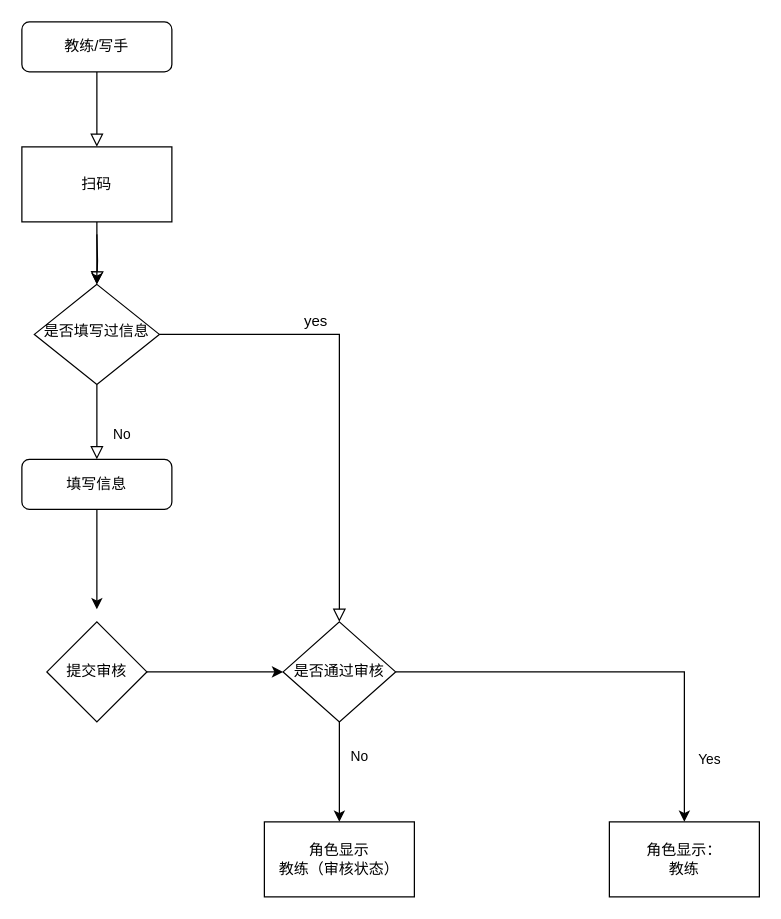
dongfang-fang/dongfang-fang keeps this draw.io diagram as Untitled Diagram.drawio. Above is the earlier version. Source tidied: cells renumbered, new cells numbered last; positions are measured from the earlier drawing's top-left corner, leaving out a move shared by most shapes. Both pictures are drawn from the tidied source at 125%, with x=0, y=0 at pixel (21, 21).
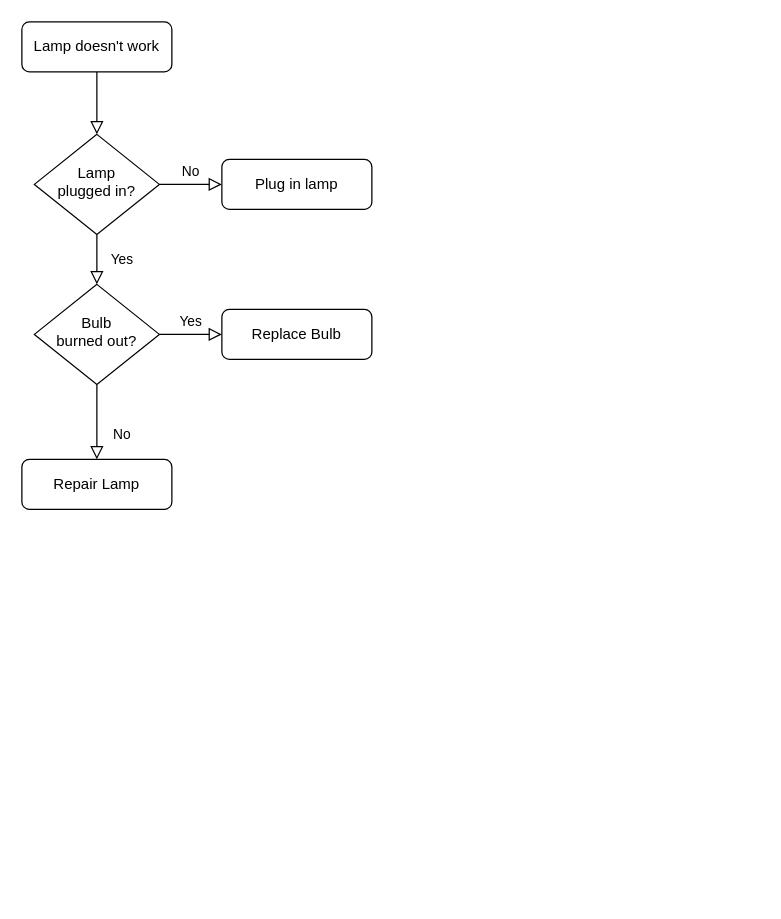
The same page after the edit.

Change to the diagram source:
```diff
@@
-    <mxCell id="2" style="rounded=0;html=1;jettySize=auto;fontSize=11;endArrow=block;endFill=0;endSize=8;strokeWidth=1;shadow=0;labelBackgroundColor=none;edgeStyle=orthogonalEdgeStyle;" parent="1" edge="1" source="3" target="17">
+    <mxCell id="2" style="rounded=0;html=1;jettySize=auto;fontSize=11;endArrow=block;endFill=0;endSize=8;strokeWidth=1;shadow=0;labelBackgroundColor=none;edgeStyle=orthogonalEdgeStyle;" parent="1" edge="1" source="3" target="22">
       <mxGeometry relative="1" as="geometry" />
     </mxCell>
-    <mxCell id="3" value="教练/写手" style="rounded=1;whiteSpace=wrap;html=1;fontSize=12;glass=0;strokeWidth=1;shadow=0;" parent="1" vertex="1">
+    <mxCell id="3" value="Lamp doesn't work" style="rounded=1;whiteSpace=wrap;html=1;fontSize=12;glass=0;strokeWidth=1;shadow=0;" parent="1" vertex="1">
       <mxGeometry width="120" height="40" as="geometry" />
     </mxCell>
-    <mxCell id="4" style="rounded=0;html=1;jettySize=auto;fontSize=11;endArrow=block;endFill=0;endSize=8;strokeWidth=1;shadow=0;labelBackgroundColor=none;edgeStyle=orthogonalEdgeStyle;" parent="1" edge="1" target="7">
-      <mxGeometry y="20" relative="1" as="geometry">
-        <mxPoint x="60" y="170" as="sourcePoint" />
-      </mxGeometry>
+    <mxCell id="4" value="Yes" style="rounded=0;html=1;jettySize=auto;fontSize=11;endArrow=block;endFill=0;endSize=8;strokeWidth=1;shadow=0;labelBackgroundColor=none;edgeStyle=orthogonalEdgeStyle;" parent="1" edge="1" source="22" target="7">
+      <mxGeometry y="20" relative="1" as="geometry" />
     </mxCell>
+    <mxCell id="12" value="No" style="edgeStyle=orthogonalEdgeStyle;rounded=0;html=1;jettySize=auto;fontSize=11;endArrow=block;endFill=0;endSize=8;strokeWidth=1;shadow=0;labelBackgroundColor=none;" parent="1" edge="1" source="22" target="23">
+      <mxGeometry y="10" relative="1" as="geometry" />
+    </mxCell>
+    <mxCell id="22" value="Lamp&lt;br&gt;plugged in?" style="rhombus;whiteSpace=wrap;html=1;shadow=0;fontFamily=Helvetica;fontSize=12;align=center;strokeWidth=1;spacing=6;spacingTop=-4;" parent="1" vertex="1">
+      <mxGeometry x="10" y="90" width="100" height="80" as="geometry" />
+    </mxCell>
+    <mxCell id="23" value="Plug in lamp" style="rounded=1;whiteSpace=wrap;html=1;fontSize=12;glass=0;strokeWidth=1;shadow=0;" parent="1" vertex="1">
+      <mxGeometry x="160" y="110" width="120" height="40" as="geometry" />
+    </mxCell>
@@
-    <mxCell id="6" value="Yes" style="edgeStyle=orthogonalEdgeStyle;rounded=0;html=1;jettySize=auto;fontSize=11;endArrow=block;endFill=0;endSize=8;strokeWidth=1;shadow=0;labelBackgroundColor=none;" parent="1" edge="1" source="7" target="13">
-      <mxGeometry x="1" y="316" relative="1" as="geometry">
-        <mxPoint x="-20" y="110" as="offset" />
-      </mxGeometry>
+    <mxCell id="6" value="Yes" style="edgeStyle=orthogonalEdgeStyle;rounded=0;html=1;jettySize=auto;fontSize=11;endArrow=block;endFill=0;endSize=8;strokeWidth=1;shadow=0;labelBackgroundColor=none;" parent="1" edge="1" source="7" target="24">
+      <mxGeometry y="10" relative="1" as="geometry" />
     </mxCell>
-    <mxCell id="7" value="是否填写过信息" style="rhombus;whiteSpace=wrap;html=1;shadow=0;fontFamily=Helvetica;fontSize=12;align=center;strokeWidth=1;spacing=6;spacingTop=-4;" parent="1" vertex="1">
+    <mxCell id="7" value="Bulb&lt;br&gt;burned out?" style="rhombus;whiteSpace=wrap;html=1;shadow=0;fontFamily=Helvetica;fontSize=12;align=center;strokeWidth=1;spacing=6;spacingTop=-4;" parent="1" vertex="1">
       <mxGeometry x="10" y="210" width="100" height="80" as="geometry" />
     </mxCell>
-    <mxCell id="8" style="edgeStyle=orthogonalEdgeStyle;rounded=0;jettySize=auto;html=1;" parent="1" edge="1" source="9">
-      <mxGeometry relative="1" as="geometry">
-        <mxPoint x="60" y="470" as="targetPoint" />
-      </mxGeometry>
-    </mxCell>
-    <mxCell id="9" value="填写信息" style="rounded=1;whiteSpace=wrap;html=1;fontSize=12;glass=0;strokeWidth=1;shadow=0;" parent="1" vertex="1">
+    <mxCell id="9" value="Repair Lamp" style="rounded=1;whiteSpace=wrap;html=1;fontSize=12;glass=0;strokeWidth=1;shadow=0;" parent="1" vertex="1">
       <mxGeometry y="350" width="120" height="40" as="geometry" />
     </mxCell>
-    <mxCell id="10" style="edgeStyle=orthogonalEdgeStyle;rounded=0;jettySize=auto;html=1;" parent="1" edge="1" source="13" target="14">
-      <mxGeometry relative="1" as="geometry" />
-    </mxCell>
-    <mxCell id="11" style="edgeStyle=orthogonalEdgeStyle;rounded=0;jettySize=auto;html=1;" parent="1" edge="1" source="13" target="18">
-      <mxGeometry relative="1" as="geometry" />
-    </mxCell>
-    <mxCell id="12" value="No" style="edgeLabel;html=1;align=center;verticalAlign=middle;" parent="11" vertex="1">
-      <mxGeometry x="-0.47" y="2" relative="1" as="geometry">
-        <mxPoint x="13" y="6" as="offset" />
-      </mxGeometry>
-    </mxCell>
-    <mxCell id="13" value="是否通过审核" style="rhombus;whiteSpace=wrap;html=1;" parent="1" vertex="1">
-      <mxGeometry x="209" y="480" width="90" height="80" as="geometry" />
-    </mxCell>
-    <mxCell id="14" value="角色显示：&lt;br&gt;教练" style="whiteSpace=wrap;html=1;" parent="1" vertex="1">
-      <mxGeometry x="470" y="640" width="120" height="60" as="geometry" />
-    </mxCell>
-    <mxCell id="15" value="yes" style="text;html=1;align=center;verticalAlign=middle;strokeColor=none;fillColor=none;" parent="1" vertex="1">
-      <mxGeometry x="220" y="230" width="30" height="20" as="geometry" />
-    </mxCell>
-    <mxCell id="16" style="edgeStyle=orthogonalEdgeStyle;rounded=0;jettySize=auto;html=1;" parent="1" edge="1" source="17" target="7">
-      <mxGeometry relative="1" as="geometry" />
-    </mxCell>
-    <mxCell id="17" value="扫码" style="rounded=0;whiteSpace=wrap;html=1;" parent="1" vertex="1">
-      <mxGeometry y="100" width="120" height="60" as="geometry" />
-    </mxCell>
-    <mxCell id="18" value="角色显示&lt;br&gt;教练（审核状态）" style="whiteSpace=wrap;html=1;" parent="1" vertex="1">
-      <mxGeometry x="194" y="640" width="120" height="60" as="geometry" />
-    </mxCell>
-    <mxCell id="19" style="edgeStyle=orthogonalEdgeStyle;rounded=0;jettySize=auto;html=1;" parent="1" edge="1" source="20" target="13">
-      <mxGeometry relative="1" as="geometry" />
-    </mxCell>
-    <mxCell id="20" value="提交审核" style="rhombus;whiteSpace=wrap;html=1;" parent="1" vertex="1">
-      <mxGeometry x="20" y="480" width="80" height="80" as="geometry" />
-    </mxCell>
-    <mxCell id="21" parent="0" />
+    <mxCell id="24" value="Replace Bulb" style="rounded=1;whiteSpace=wrap;html=1;fontSize=12;glass=0;strokeWidth=1;shadow=0;" parent="1" vertex="1">
+      <mxGeometry x="160" y="230" width="120" height="40" as="geometry" />
+    </mxCell>
```
